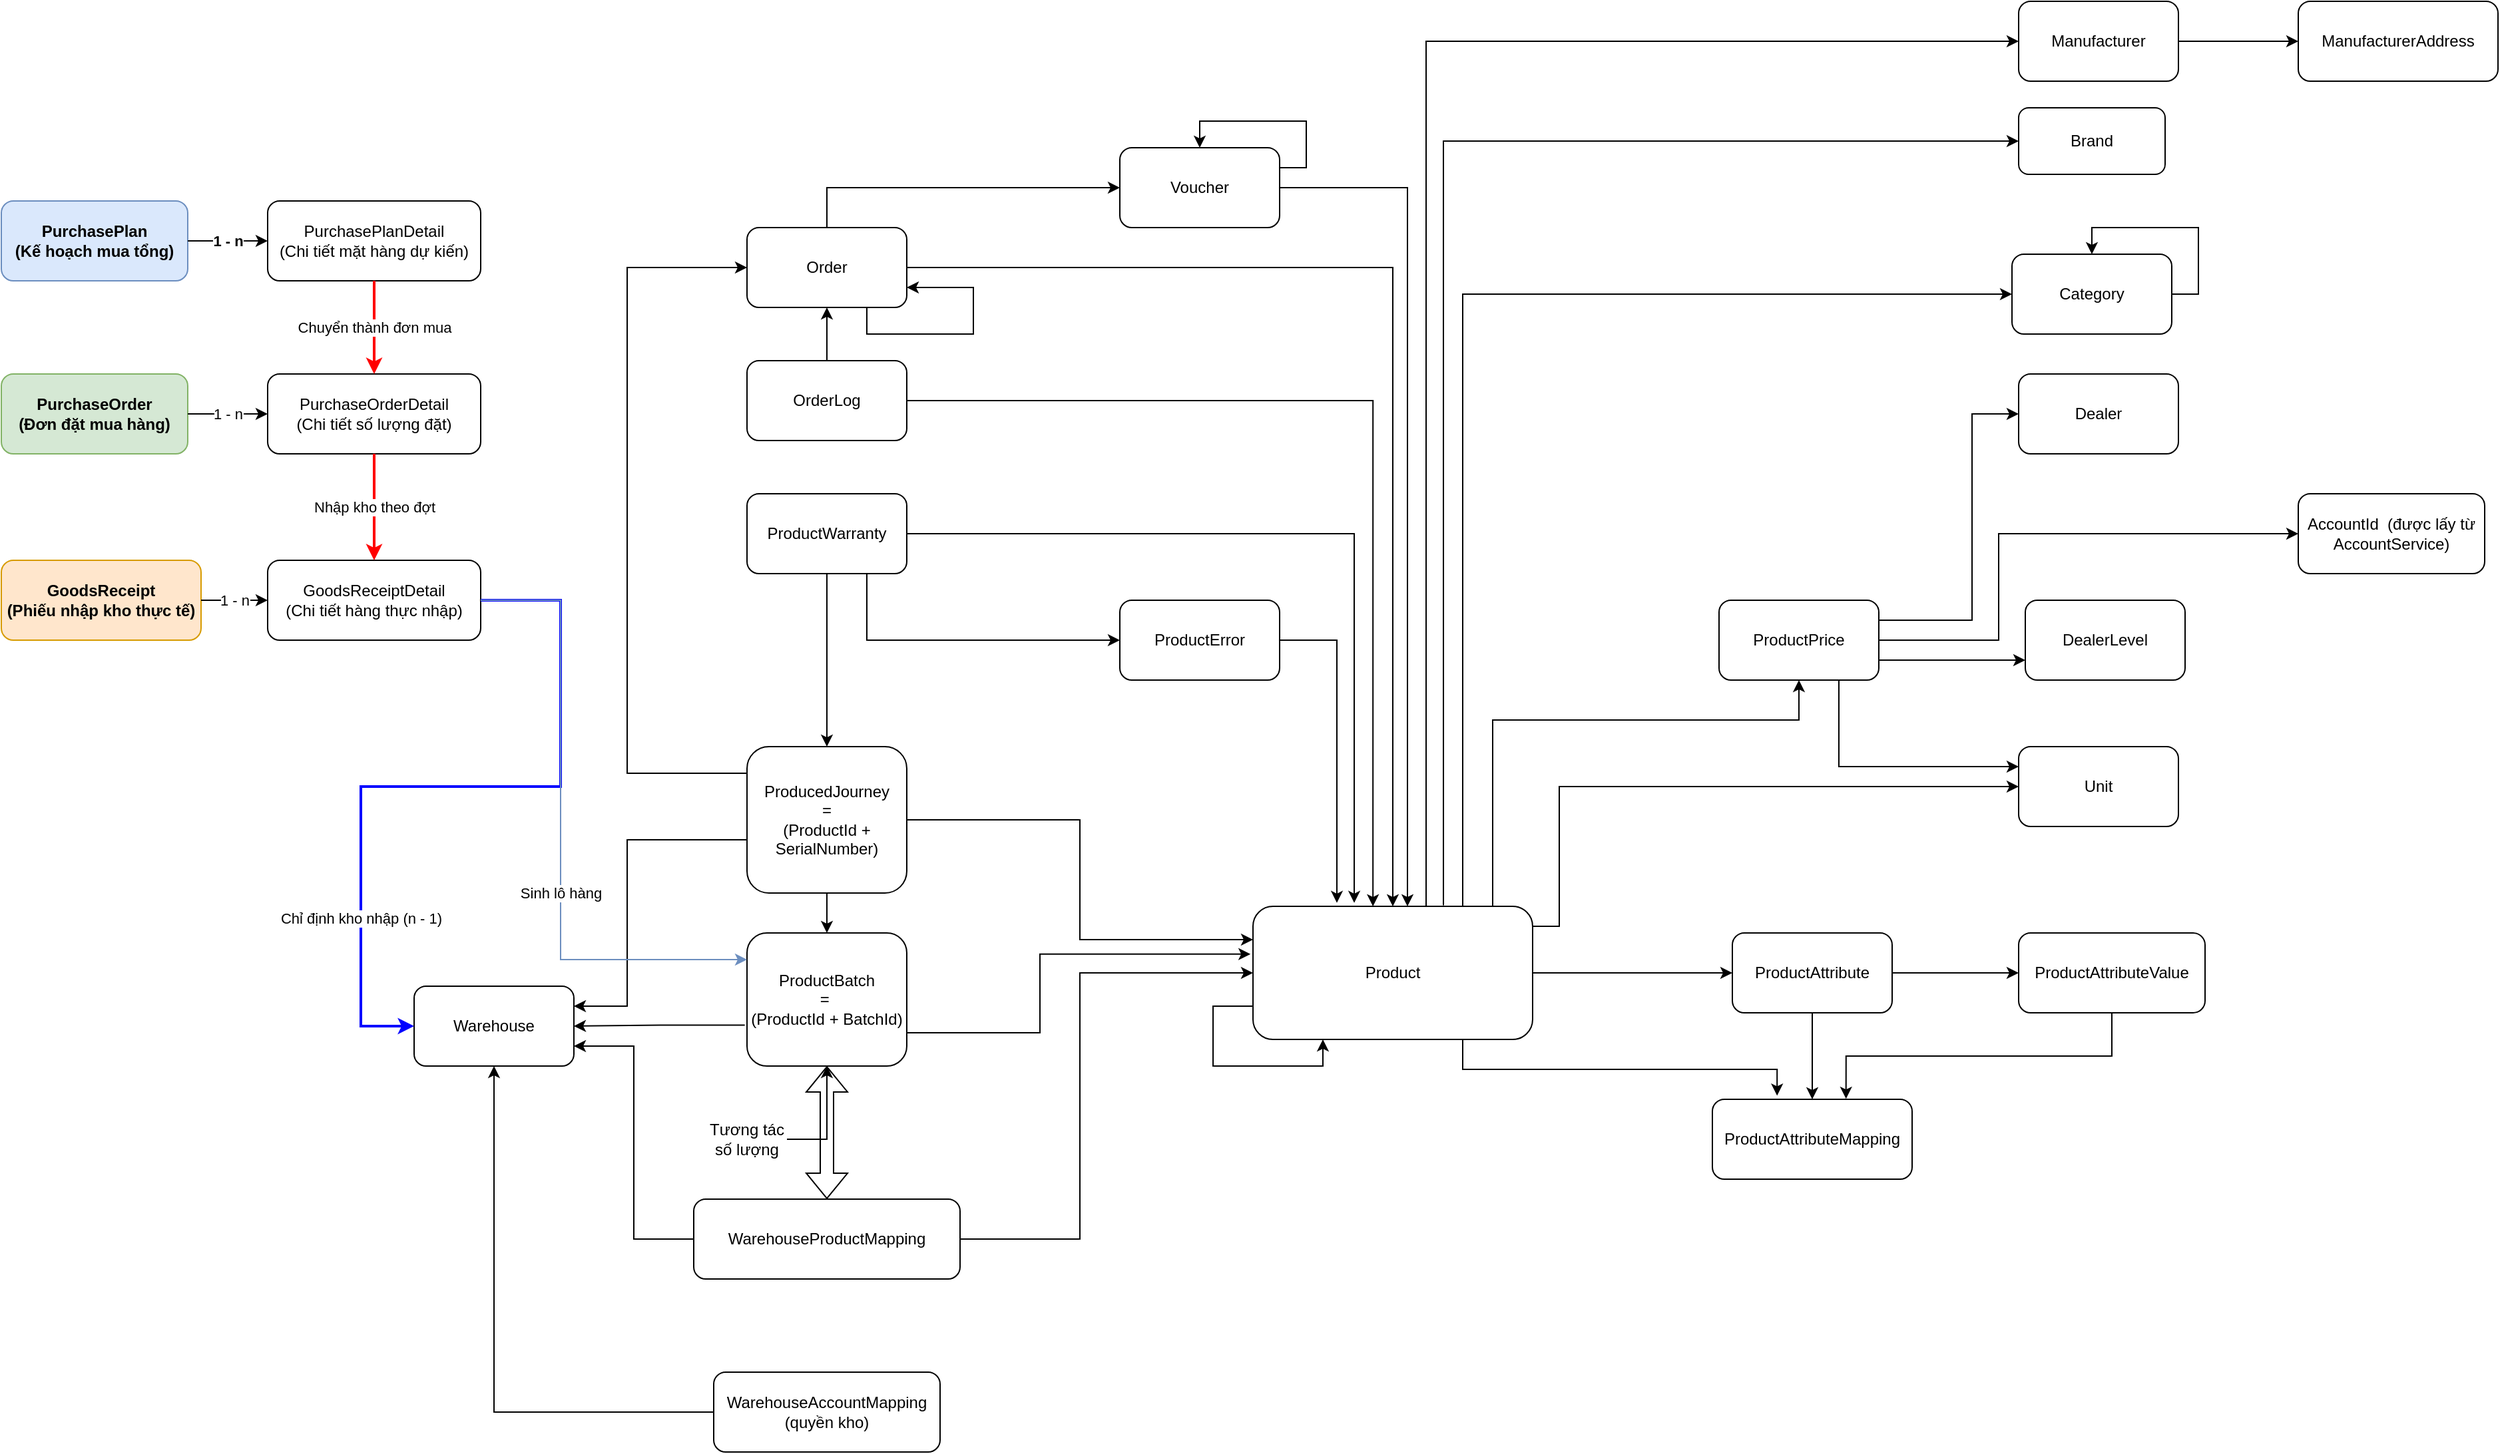
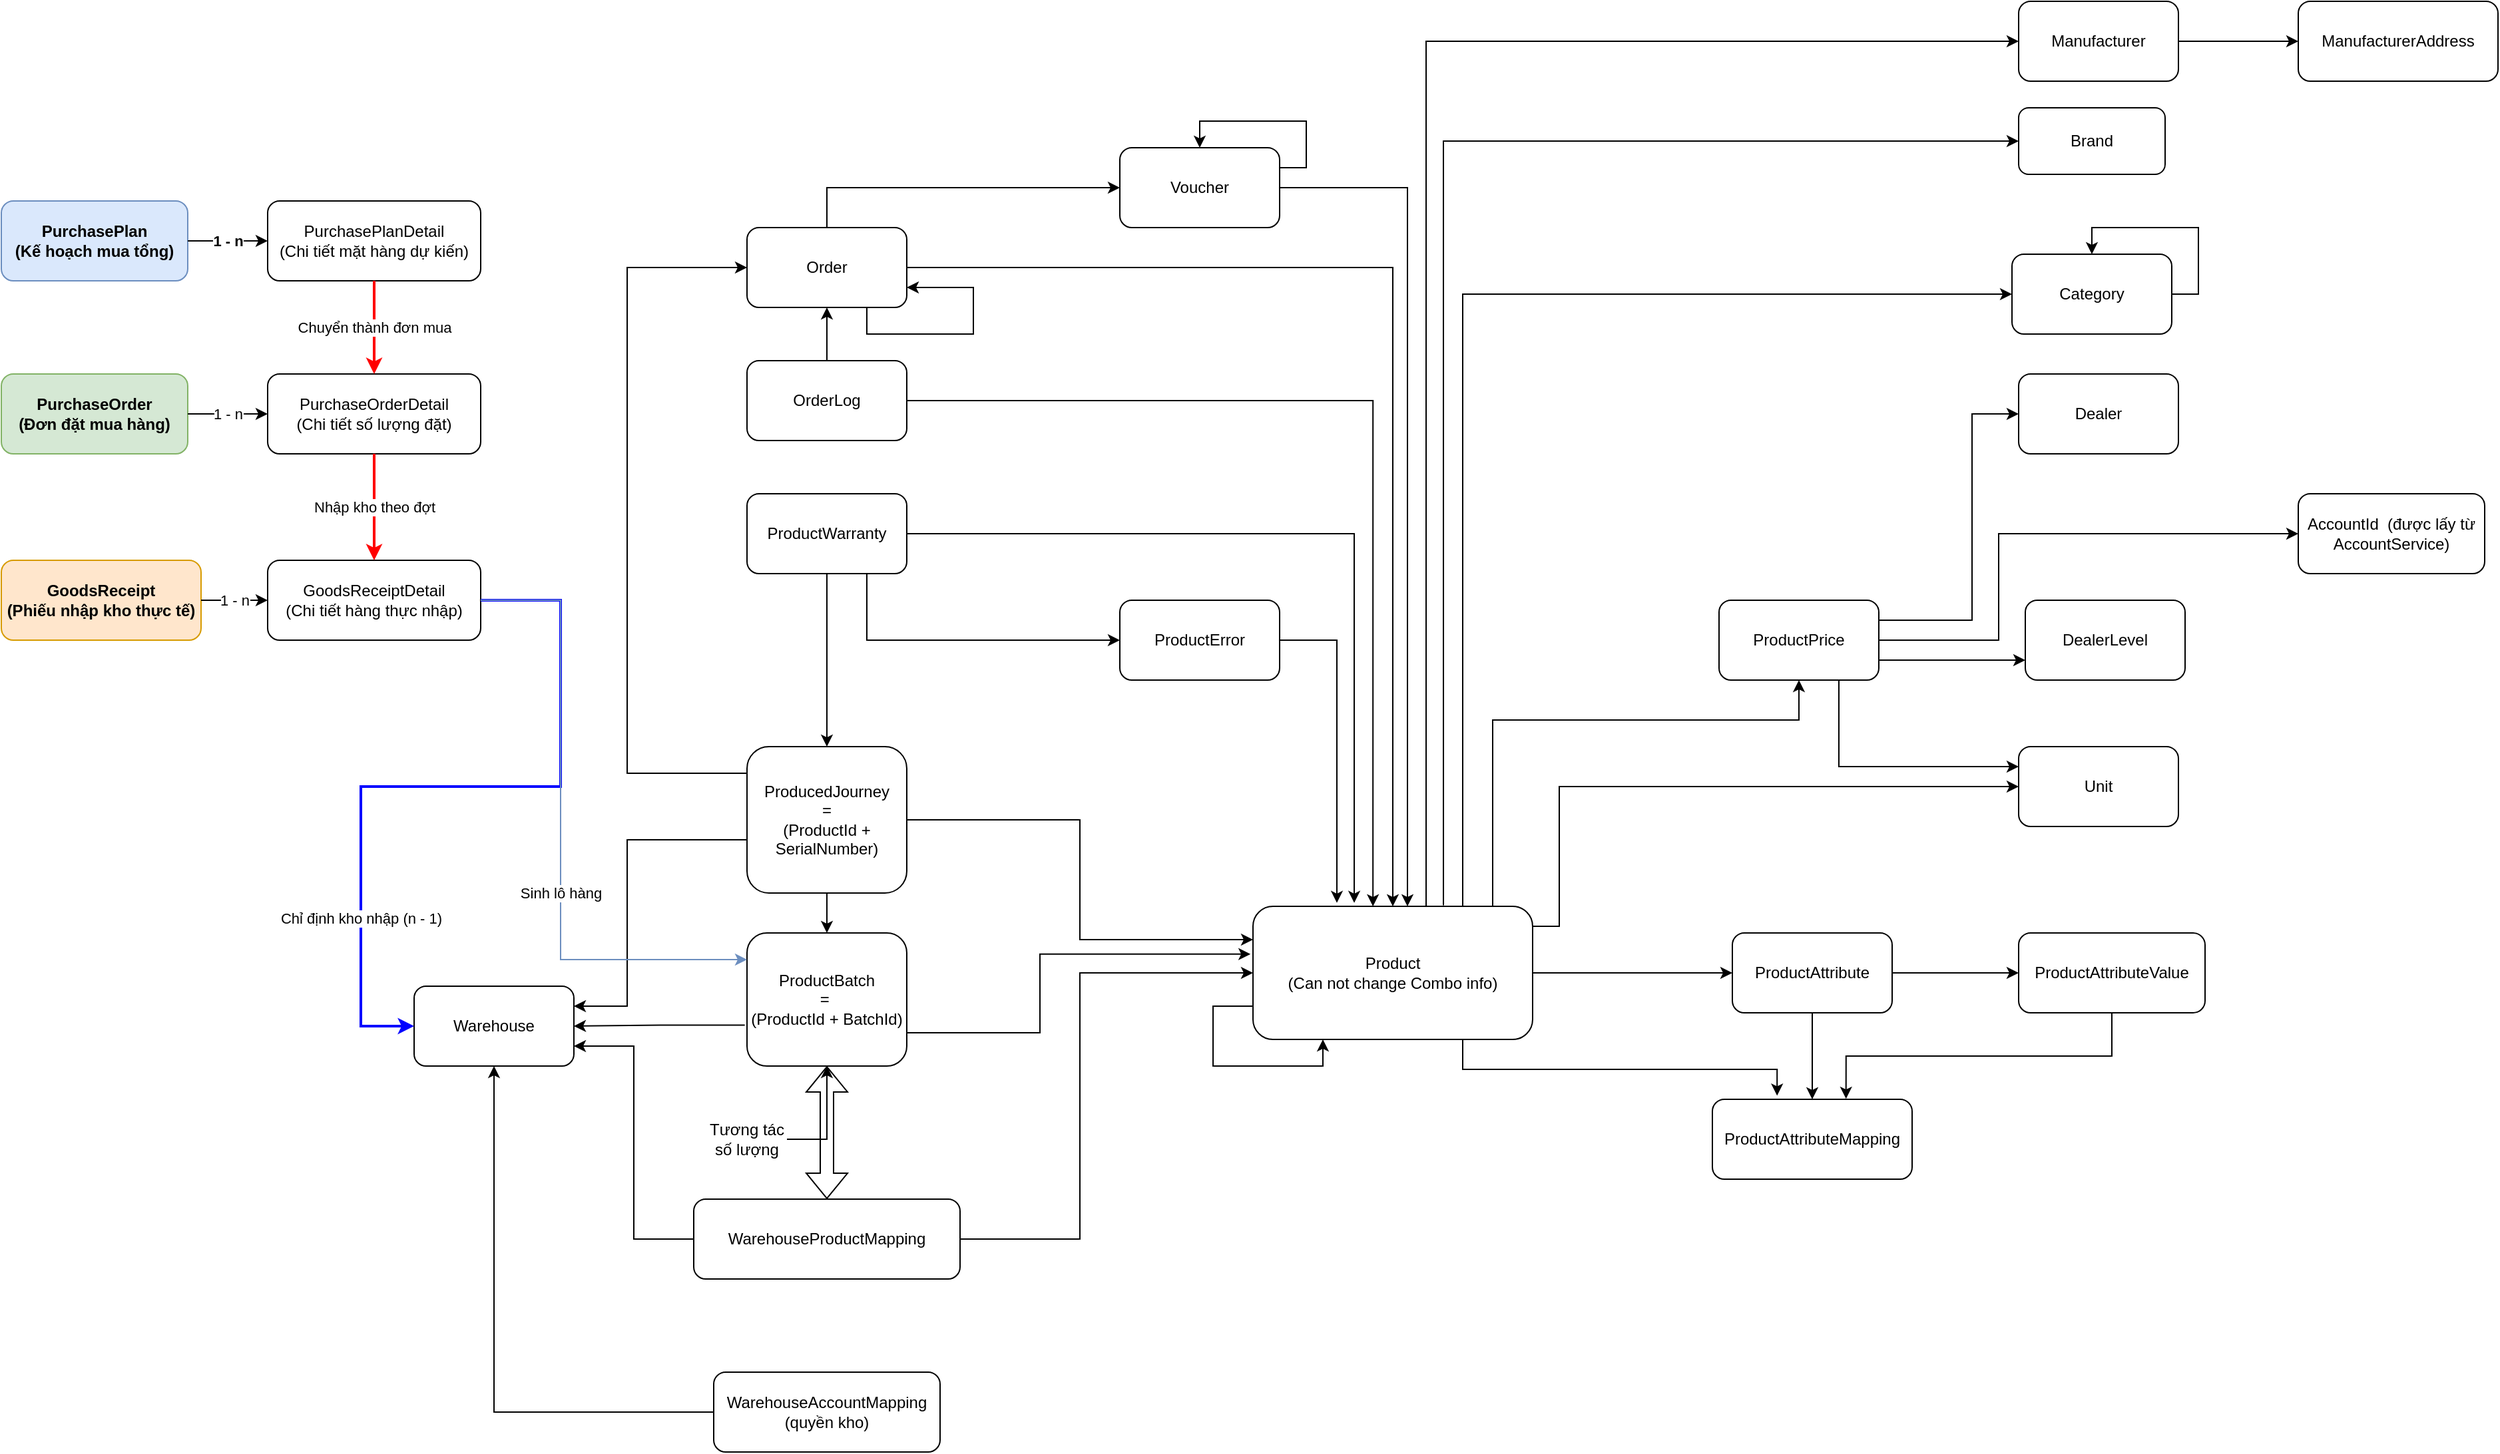
<mxfile host="app.diagrams.net">
  <diagram name="Page-1" id="X3Ej7SneoA_IpZ1JLyMx">
    <mxGraphModel dx="1609" dy="1021" grid="1" gridSize="10" guides="1" tooltips="1" connect="1" arrows="1" fold="1" page="1" pageScale="1" pageWidth="18500" pageHeight="111000" math="0" shadow="0">
      <root>
        <mxCell id="0" />
        <mxCell id="1" parent="0" />
        <mxCell id="bRXCoPtnCOos5vHUt3nM-4" parent="1" style="rounded=1;whiteSpace=wrap;html=1;" value="Brand" vertex="1">
          <mxGeometry height="50" width="110" x="1625" y="160" as="geometry" />
        </mxCell>
        <mxCell id="bRXCoPtnCOos5vHUt3nM-5" parent="1" style="rounded=1;whiteSpace=wrap;html=1;" value="Category" vertex="1">
          <mxGeometry height="60" width="120" x="1620" y="270" as="geometry" />
        </mxCell>
        <mxCell id="bRXCoPtnCOos5vHUt3nM-6" parent="1" style="rounded=1;whiteSpace=wrap;html=1;" value="Dealer" vertex="1">
          <mxGeometry height="60" width="120" x="1625" y="360" as="geometry" />
        </mxCell>
        <mxCell id="bRXCoPtnCOos5vHUt3nM-7" parent="1" style="rounded=1;whiteSpace=wrap;html=1;" value="AccountId&amp;nbsp; (được lấy từ AccountService)" vertex="1">
          <mxGeometry height="60" width="140" x="1835" y="450" as="geometry" />
        </mxCell>
        <mxCell id="bRXCoPtnCOos5vHUt3nM-8" parent="1" style="rounded=1;whiteSpace=wrap;html=1;" value="DealerLevel" vertex="1">
          <mxGeometry height="60" width="120" x="1630" y="530" as="geometry" />
        </mxCell>
        <mxCell id="n3FyrpiHLGzsT291LhVI-31" edge="1" parent="1" source="bRXCoPtnCOos5vHUt3nM-11" style="edgeStyle=orthogonalEdgeStyle;rounded=0;orthogonalLoop=1;jettySize=auto;html=1;exitX=1;exitY=0.5;exitDx=0;exitDy=0;entryX=0;entryY=0.5;entryDx=0;entryDy=0;" target="bRXCoPtnCOos5vHUt3nM-12">
          <mxGeometry relative="1" as="geometry" />
        </mxCell>
        <mxCell id="bRXCoPtnCOos5vHUt3nM-11" parent="1" style="rounded=1;whiteSpace=wrap;html=1;" value="Manufacturer" vertex="1">
          <mxGeometry height="60" width="120" x="1625" y="80" as="geometry" />
        </mxCell>
        <mxCell id="bRXCoPtnCOos5vHUt3nM-12" parent="1" style="rounded=1;whiteSpace=wrap;html=1;" value="ManufacturerAddress" vertex="1">
          <mxGeometry height="60" width="150" x="1835" y="80" as="geometry" />
        </mxCell>
        <mxCell id="n3FyrpiHLGzsT291LhVI-44" edge="1" parent="1" source="bRXCoPtnCOos5vHUt3nM-13" style="edgeStyle=orthogonalEdgeStyle;rounded=0;orthogonalLoop=1;jettySize=auto;html=1;exitX=0.5;exitY=0;exitDx=0;exitDy=0;entryX=0;entryY=0.5;entryDx=0;entryDy=0;" target="n3FyrpiHLGzsT291LhVI-9">
          <mxGeometry relative="1" as="geometry">
            <Array as="points">
              <mxPoint x="730" y="220" />
            </Array>
          </mxGeometry>
        </mxCell>
        <mxCell id="n3FyrpiHLGzsT291LhVI-49" edge="1" parent="1" source="bRXCoPtnCOos5vHUt3nM-13" style="edgeStyle=orthogonalEdgeStyle;rounded=0;orthogonalLoop=1;jettySize=auto;html=1;exitX=1;exitY=0.5;exitDx=0;exitDy=0;entryX=0.5;entryY=0;entryDx=0;entryDy=0;" target="bRXCoPtnCOos5vHUt3nM-16">
          <mxGeometry relative="1" as="geometry">
            <Array as="points">
              <mxPoint x="1155" y="280" />
            </Array>
          </mxGeometry>
        </mxCell>
        <mxCell id="bRXCoPtnCOos5vHUt3nM-13" parent="1" style="rounded=1;whiteSpace=wrap;html=1;" value="Order" vertex="1">
          <mxGeometry height="60" width="120" x="670" y="250" as="geometry" />
        </mxCell>
        <mxCell id="n3FyrpiHLGzsT291LhVI-45" edge="1" parent="1" source="bRXCoPtnCOos5vHUt3nM-14" style="edgeStyle=orthogonalEdgeStyle;rounded=0;orthogonalLoop=1;jettySize=auto;html=1;exitX=0;exitY=0.5;exitDx=0;exitDy=0;" target="bRXCoPtnCOos5vHUt3nM-13">
          <mxGeometry relative="1" as="geometry" />
        </mxCell>
        <mxCell id="bRXCoPtnCOos5vHUt3nM-14" parent="1" style="rounded=1;whiteSpace=wrap;html=1;direction=south;" value="OrderLog" vertex="1">
          <mxGeometry height="60" width="120" x="670" y="350" as="geometry" />
        </mxCell>
        <mxCell id="n3FyrpiHLGzsT291LhVI-33" edge="1" parent="1" source="bRXCoPtnCOos5vHUt3nM-15" style="edgeStyle=orthogonalEdgeStyle;rounded=0;orthogonalLoop=1;jettySize=auto;html=1;exitX=1;exitY=0.5;exitDx=0;exitDy=0;entryX=0;entryY=0.25;entryDx=0;entryDy=0;" target="bRXCoPtnCOos5vHUt3nM-16">
          <mxGeometry relative="1" as="geometry" />
        </mxCell>
        <mxCell id="n3FyrpiHLGzsT291LhVI-35" edge="1" parent="1" source="bRXCoPtnCOos5vHUt3nM-15" style="edgeStyle=orthogonalEdgeStyle;rounded=0;orthogonalLoop=1;jettySize=auto;html=1;exitX=0.5;exitY=1;exitDx=0;exitDy=0;" target="bRXCoPtnCOos5vHUt3nM-20">
          <mxGeometry relative="1" as="geometry" />
        </mxCell>
        <mxCell id="n3FyrpiHLGzsT291LhVI-36" edge="1" parent="1" source="bRXCoPtnCOos5vHUt3nM-15" style="edgeStyle=orthogonalEdgeStyle;rounded=0;orthogonalLoop=1;jettySize=auto;html=1;exitX=0.006;exitY=0.659;exitDx=0;exitDy=0;entryX=1;entryY=0.25;entryDx=0;entryDy=0;exitPerimeter=0;" target="n3FyrpiHLGzsT291LhVI-10">
          <mxGeometry relative="1" as="geometry">
            <Array as="points">
              <mxPoint x="671" y="710" />
              <mxPoint x="580" y="710" />
              <mxPoint x="580" y="835" />
            </Array>
          </mxGeometry>
        </mxCell>
        <mxCell id="n3FyrpiHLGzsT291LhVI-51" edge="1" parent="1" source="bRXCoPtnCOos5vHUt3nM-15" style="edgeStyle=orthogonalEdgeStyle;rounded=0;orthogonalLoop=1;jettySize=auto;html=1;exitX=0;exitY=0.25;exitDx=0;exitDy=0;entryX=0;entryY=0.5;entryDx=0;entryDy=0;" target="bRXCoPtnCOos5vHUt3nM-13">
          <mxGeometry relative="1" as="geometry">
            <Array as="points">
              <mxPoint x="670" y="660" />
              <mxPoint x="580" y="660" />
              <mxPoint x="580" y="280" />
            </Array>
          </mxGeometry>
        </mxCell>
        <mxCell id="bRXCoPtnCOos5vHUt3nM-15" parent="1" style="rounded=1;whiteSpace=wrap;html=1;" value="ProducedJourney&lt;div&gt;&amp;nbsp;=&amp;nbsp;&lt;/div&gt;&lt;div&gt;(ProductId + SerialNumber)&lt;/div&gt;" vertex="1">
          <mxGeometry height="110" width="120" x="670" y="640" as="geometry" />
        </mxCell>
        <mxCell id="n3FyrpiHLGzsT291LhVI-14" edge="1" parent="1" source="bRXCoPtnCOos5vHUt3nM-16" style="edgeStyle=orthogonalEdgeStyle;rounded=0;orthogonalLoop=1;jettySize=auto;html=1;exitX=1;exitY=0.5;exitDx=0;exitDy=0;entryX=0;entryY=0.5;entryDx=0;entryDy=0;" target="bRXCoPtnCOos5vHUt3nM-17">
          <mxGeometry relative="1" as="geometry" />
        </mxCell>
        <mxCell id="n3FyrpiHLGzsT291LhVI-16" edge="1" parent="1" source="bRXCoPtnCOos5vHUt3nM-16" style="edgeStyle=orthogonalEdgeStyle;rounded=0;orthogonalLoop=1;jettySize=auto;html=1;exitX=0.75;exitY=1;exitDx=0;exitDy=0;entryX=0.324;entryY=-0.046;entryDx=0;entryDy=0;entryPerimeter=0;" target="bRXCoPtnCOos5vHUt3nM-18">
          <mxGeometry relative="1" as="geometry" />
        </mxCell>
        <mxCell id="n3FyrpiHLGzsT291LhVI-19" edge="1" parent="1" source="bRXCoPtnCOos5vHUt3nM-16" style="edgeStyle=orthogonalEdgeStyle;rounded=0;orthogonalLoop=1;jettySize=auto;html=1;exitX=0.75;exitY=0;exitDx=0;exitDy=0;entryX=0.5;entryY=1;entryDx=0;entryDy=0;" target="n3FyrpiHLGzsT291LhVI-1">
          <mxGeometry relative="1" as="geometry">
            <Array as="points">
              <mxPoint x="1230" y="620" />
              <mxPoint x="1460" y="620" />
            </Array>
          </mxGeometry>
        </mxCell>
        <mxCell id="n3FyrpiHLGzsT291LhVI-25" edge="1" parent="1" source="bRXCoPtnCOos5vHUt3nM-16" style="edgeStyle=orthogonalEdgeStyle;rounded=0;orthogonalLoop=1;jettySize=auto;html=1;exitX=0.75;exitY=0;exitDx=0;exitDy=0;entryX=0;entryY=0.5;entryDx=0;entryDy=0;" target="bRXCoPtnCOos5vHUt3nM-5">
          <mxGeometry relative="1" as="geometry" />
        </mxCell>
        <mxCell id="n3FyrpiHLGzsT291LhVI-27" edge="1" parent="1" source="bRXCoPtnCOos5vHUt3nM-16" style="edgeStyle=orthogonalEdgeStyle;rounded=0;orthogonalLoop=1;jettySize=auto;html=1;exitX=0.681;exitY=-0.007;exitDx=0;exitDy=0;entryX=0;entryY=0.5;entryDx=0;entryDy=0;exitPerimeter=0;" target="bRXCoPtnCOos5vHUt3nM-4">
          <mxGeometry relative="1" as="geometry" />
        </mxCell>
        <mxCell id="n3FyrpiHLGzsT291LhVI-28" edge="1" parent="1" source="bRXCoPtnCOos5vHUt3nM-16" style="edgeStyle=orthogonalEdgeStyle;rounded=0;orthogonalLoop=1;jettySize=auto;html=1;exitX=1;exitY=0.25;exitDx=0;exitDy=0;entryX=0;entryY=0.5;entryDx=0;entryDy=0;" target="n3FyrpiHLGzsT291LhVI-8">
          <mxGeometry relative="1" as="geometry">
            <Array as="points">
              <mxPoint x="1280" y="775" />
              <mxPoint x="1280" y="670" />
            </Array>
          </mxGeometry>
        </mxCell>
        <mxCell id="n3FyrpiHLGzsT291LhVI-47" edge="1" parent="1" source="bRXCoPtnCOos5vHUt3nM-16" style="edgeStyle=orthogonalEdgeStyle;rounded=0;orthogonalLoop=1;jettySize=auto;html=1;exitX=0.636;exitY=0.013;exitDx=0;exitDy=0;entryX=0;entryY=0.5;entryDx=0;entryDy=0;exitPerimeter=0;" target="bRXCoPtnCOos5vHUt3nM-11">
          <mxGeometry relative="1" as="geometry">
            <Array as="points">
              <mxPoint x="1180" y="761" />
              <mxPoint x="1180" y="110" />
            </Array>
          </mxGeometry>
        </mxCell>
-         <mxCell id="bRXCoPtnCOos5vHUt3nM-16" parent="1" style="rounded=1;whiteSpace=wrap;html=1;" value="Product" vertex="1">
+         <mxCell id="bRXCoPtnCOos5vHUt3nM-16" parent="1" style="rounded=1;whiteSpace=wrap;html=1;" value="Product&lt;div&gt;(Can not change Combo info)&lt;/div&gt;" vertex="1">
          <mxGeometry height="100" width="210" x="1050" y="760" as="geometry" />
        </mxCell>
        <mxCell id="n3FyrpiHLGzsT291LhVI-15" edge="1" parent="1" source="bRXCoPtnCOos5vHUt3nM-17" style="edgeStyle=orthogonalEdgeStyle;rounded=0;orthogonalLoop=1;jettySize=auto;html=1;exitX=1;exitY=0.5;exitDx=0;exitDy=0;entryX=0;entryY=0.5;entryDx=0;entryDy=0;" target="bRXCoPtnCOos5vHUt3nM-19">
          <mxGeometry relative="1" as="geometry" />
        </mxCell>
        <mxCell id="n3FyrpiHLGzsT291LhVI-17" edge="1" parent="1" source="bRXCoPtnCOos5vHUt3nM-17" style="edgeStyle=orthogonalEdgeStyle;rounded=0;orthogonalLoop=1;jettySize=auto;html=1;exitX=0.5;exitY=1;exitDx=0;exitDy=0;entryX=0.5;entryY=0;entryDx=0;entryDy=0;" target="bRXCoPtnCOos5vHUt3nM-18">
          <mxGeometry relative="1" as="geometry" />
        </mxCell>
        <mxCell id="bRXCoPtnCOos5vHUt3nM-17" parent="1" style="rounded=1;whiteSpace=wrap;html=1;" value="ProductAttribute" vertex="1">
          <mxGeometry height="60" width="120" x="1410" y="780" as="geometry" />
        </mxCell>
        <mxCell id="bRXCoPtnCOos5vHUt3nM-18" parent="1" style="rounded=1;whiteSpace=wrap;html=1;" value="ProductAttributeMapping" vertex="1">
          <mxGeometry height="60" width="150" x="1395" y="905" as="geometry" />
        </mxCell>
        <mxCell id="bRXCoPtnCOos5vHUt3nM-19" parent="1" style="rounded=1;whiteSpace=wrap;html=1;" value="ProductAttributeValue" vertex="1">
          <mxGeometry height="60" width="140" x="1625" y="780" as="geometry" />
        </mxCell>
        <mxCell id="n3FyrpiHLGzsT291LhVI-37" edge="1" parent="1" source="bRXCoPtnCOos5vHUt3nM-20" style="edgeStyle=orthogonalEdgeStyle;rounded=0;orthogonalLoop=1;jettySize=auto;html=1;exitX=-0.014;exitY=0.692;exitDx=0;exitDy=0;entryX=1;entryY=0.5;entryDx=0;entryDy=0;exitPerimeter=0;" target="n3FyrpiHLGzsT291LhVI-10">
          <mxGeometry relative="1" as="geometry" />
        </mxCell>
        <mxCell id="bRXCoPtnCOos5vHUt3nM-20" parent="1" style="rounded=1;whiteSpace=wrap;html=1;" value="ProductBatch&lt;div&gt;=&amp;nbsp;&lt;/div&gt;&lt;div&gt;(ProductId + BatchId)&lt;/div&gt;" vertex="1">
          <mxGeometry height="100" width="120" x="670" y="780" as="geometry" />
        </mxCell>
        <mxCell id="bRXCoPtnCOos5vHUt3nM-21" parent="1" style="rounded=1;whiteSpace=wrap;html=1;" value="ProductError" vertex="1">
          <mxGeometry height="60" width="120" x="950" y="530" as="geometry" />
        </mxCell>
        <mxCell id="n3FyrpiHLGzsT291LhVI-21" edge="1" parent="1" source="n3FyrpiHLGzsT291LhVI-1" style="edgeStyle=orthogonalEdgeStyle;rounded=0;orthogonalLoop=1;jettySize=auto;html=1;exitX=1;exitY=0.75;exitDx=0;exitDy=0;entryX=0;entryY=0.75;entryDx=0;entryDy=0;" target="bRXCoPtnCOos5vHUt3nM-8">
          <mxGeometry relative="1" as="geometry" />
        </mxCell>
        <mxCell id="n3FyrpiHLGzsT291LhVI-22" edge="1" parent="1" source="n3FyrpiHLGzsT291LhVI-1" style="edgeStyle=orthogonalEdgeStyle;rounded=0;orthogonalLoop=1;jettySize=auto;html=1;exitX=1;exitY=0.5;exitDx=0;exitDy=0;entryX=0;entryY=0.5;entryDx=0;entryDy=0;" target="bRXCoPtnCOos5vHUt3nM-7">
          <mxGeometry relative="1" as="geometry">
            <Array as="points">
              <mxPoint x="1610" y="560" />
              <mxPoint x="1610" y="480" />
            </Array>
          </mxGeometry>
        </mxCell>
        <mxCell id="n3FyrpiHLGzsT291LhVI-23" edge="1" parent="1" source="n3FyrpiHLGzsT291LhVI-1" style="edgeStyle=orthogonalEdgeStyle;rounded=0;orthogonalLoop=1;jettySize=auto;html=1;exitX=1;exitY=0.25;exitDx=0;exitDy=0;entryX=0;entryY=0.5;entryDx=0;entryDy=0;" target="bRXCoPtnCOos5vHUt3nM-6">
          <mxGeometry relative="1" as="geometry">
            <Array as="points">
              <mxPoint x="1590" y="545" />
              <mxPoint x="1590" y="390" />
            </Array>
          </mxGeometry>
        </mxCell>
        <mxCell id="n3FyrpiHLGzsT291LhVI-56" edge="1" parent="1" source="n3FyrpiHLGzsT291LhVI-1" style="edgeStyle=orthogonalEdgeStyle;rounded=0;orthogonalLoop=1;jettySize=auto;html=1;exitX=0.75;exitY=1;exitDx=0;exitDy=0;entryX=0;entryY=0.25;entryDx=0;entryDy=0;" target="n3FyrpiHLGzsT291LhVI-8">
          <mxGeometry relative="1" as="geometry" />
        </mxCell>
        <mxCell id="n3FyrpiHLGzsT291LhVI-1" parent="1" style="rounded=1;whiteSpace=wrap;html=1;" value="ProductPrice" vertex="1">
          <mxGeometry height="60" width="120" x="1400" y="530" as="geometry" />
        </mxCell>
        <mxCell id="n3FyrpiHLGzsT291LhVI-52" edge="1" parent="1" source="n3FyrpiHLGzsT291LhVI-2" style="edgeStyle=orthogonalEdgeStyle;rounded=0;orthogonalLoop=1;jettySize=auto;html=1;exitX=0.5;exitY=1;exitDx=0;exitDy=0;entryX=0.5;entryY=0;entryDx=0;entryDy=0;" target="bRXCoPtnCOos5vHUt3nM-15">
          <mxGeometry relative="1" as="geometry" />
        </mxCell>
        <mxCell id="n3FyrpiHLGzsT291LhVI-58" edge="1" parent="1" source="n3FyrpiHLGzsT291LhVI-2" style="edgeStyle=orthogonalEdgeStyle;rounded=0;orthogonalLoop=1;jettySize=auto;html=1;exitX=0.75;exitY=1;exitDx=0;exitDy=0;entryX=0;entryY=0.5;entryDx=0;entryDy=0;" target="bRXCoPtnCOos5vHUt3nM-21">
          <mxGeometry relative="1" as="geometry" />
        </mxCell>
        <mxCell id="n3FyrpiHLGzsT291LhVI-2" parent="1" style="rounded=1;whiteSpace=wrap;html=1;" value="ProductWarranty" vertex="1">
          <mxGeometry height="60" width="120" x="670" y="450" as="geometry" />
        </mxCell>
        <mxCell id="n3FyrpiHLGzsT291LhVI-8" parent="1" style="rounded=1;whiteSpace=wrap;html=1;" value="Unit" vertex="1">
          <mxGeometry height="60" width="120" x="1625" y="640" as="geometry" />
        </mxCell>
        <mxCell id="n3FyrpiHLGzsT291LhVI-43" edge="1" parent="1" source="n3FyrpiHLGzsT291LhVI-9" style="edgeStyle=orthogonalEdgeStyle;rounded=0;orthogonalLoop=1;jettySize=auto;html=1;exitX=1;exitY=0.5;exitDx=0;exitDy=0;">
          <mxGeometry relative="1" as="geometry">
            <Array as="points">
              <mxPoint x="1166" y="220" />
            </Array>
            <mxPoint x="1166" y="760" as="targetPoint" />
          </mxGeometry>
        </mxCell>
        <mxCell id="AxulSBX_V0fGFe2LzLWX-1" edge="1" parent="1" source="n3FyrpiHLGzsT291LhVI-9" style="edgeStyle=orthogonalEdgeStyle;rounded=0;orthogonalLoop=1;jettySize=auto;html=1;exitX=1;exitY=0.25;exitDx=0;exitDy=0;innerLoopWaypoints=1;entryX=0.5;entryY=0;entryDx=0;entryDy=0;" target="n3FyrpiHLGzsT291LhVI-9">
          <mxGeometry relative="1" as="geometry">
            <Array as="points">
              <mxPoint x="1090" y="205" />
              <mxPoint x="1090" y="170" />
              <mxPoint x="1010" y="170" />
            </Array>
            <mxPoint x="1030" y="180" as="targetPoint" />
          </mxGeometry>
        </mxCell>
        <mxCell id="n3FyrpiHLGzsT291LhVI-9" parent="1" style="rounded=1;whiteSpace=wrap;html=1;" value="Voucher" vertex="1">
          <mxGeometry height="60" width="120" x="950" y="190" as="geometry" />
        </mxCell>
        <mxCell id="n3FyrpiHLGzsT291LhVI-10" parent="1" style="rounded=1;whiteSpace=wrap;html=1;" value="Warehouse" vertex="1">
          <mxGeometry height="60" width="120" x="420" y="820" as="geometry" />
        </mxCell>
        <mxCell id="n3FyrpiHLGzsT291LhVI-53" edge="1" parent="1" source="n3FyrpiHLGzsT291LhVI-11" style="edgeStyle=orthogonalEdgeStyle;rounded=0;orthogonalLoop=1;jettySize=auto;html=1;exitX=0;exitY=0.5;exitDx=0;exitDy=0;entryX=0.5;entryY=1;entryDx=0;entryDy=0;" target="n3FyrpiHLGzsT291LhVI-10">
          <mxGeometry relative="1" as="geometry" />
        </mxCell>
        <mxCell id="n3FyrpiHLGzsT291LhVI-11" parent="1" style="rounded=1;whiteSpace=wrap;html=1;" value="WarehouseAccountMapping&lt;div&gt;(quyền kho)&lt;/div&gt;" vertex="1">
          <mxGeometry height="60" width="170" x="645" y="1110" as="geometry" />
        </mxCell>
        <mxCell id="n3FyrpiHLGzsT291LhVI-41" edge="1" parent="1" source="n3FyrpiHLGzsT291LhVI-12" style="edgeStyle=orthogonalEdgeStyle;rounded=0;orthogonalLoop=1;jettySize=auto;html=1;exitX=0;exitY=0.5;exitDx=0;exitDy=0;entryX=1;entryY=0.75;entryDx=0;entryDy=0;" target="n3FyrpiHLGzsT291LhVI-10">
          <mxGeometry relative="1" as="geometry" />
        </mxCell>
        <mxCell id="AxulSBX_V0fGFe2LzLWX-5" edge="1" parent="1" source="n3FyrpiHLGzsT291LhVI-12" style="edgeStyle=orthogonalEdgeStyle;rounded=0;orthogonalLoop=1;jettySize=auto;html=1;exitX=1;exitY=0.5;exitDx=0;exitDy=0;entryX=0;entryY=0.5;entryDx=0;entryDy=0;" target="bRXCoPtnCOos5vHUt3nM-16">
          <mxGeometry relative="1" as="geometry">
            <Array as="points">
              <mxPoint x="920" y="1010" />
              <mxPoint x="920" y="810" />
            </Array>
          </mxGeometry>
        </mxCell>
        <mxCell id="n3FyrpiHLGzsT291LhVI-12" parent="1" style="rounded=1;whiteSpace=wrap;html=1;" value="WarehouseProductMapping" vertex="1">
          <mxGeometry height="60" width="200" x="630" y="980" as="geometry" />
        </mxCell>
        <mxCell id="n3FyrpiHLGzsT291LhVI-18" edge="1" parent="1" source="bRXCoPtnCOos5vHUt3nM-19" style="edgeStyle=orthogonalEdgeStyle;rounded=0;orthogonalLoop=1;jettySize=auto;html=1;exitX=0.5;exitY=1;exitDx=0;exitDy=0;entryX=0.669;entryY=-0.007;entryDx=0;entryDy=0;entryPerimeter=0;" target="bRXCoPtnCOos5vHUt3nM-18">
          <mxGeometry relative="1" as="geometry" />
        </mxCell>
        <mxCell id="n3FyrpiHLGzsT291LhVI-24" edge="1" parent="1" source="bRXCoPtnCOos5vHUt3nM-5" style="edgeStyle=orthogonalEdgeStyle;rounded=0;orthogonalLoop=1;jettySize=auto;html=1;exitX=1;exitY=0.5;exitDx=0;exitDy=0;entryX=0.5;entryY=0;entryDx=0;entryDy=0;innerLoopWaypoints=1;" target="bRXCoPtnCOos5vHUt3nM-5">
          <mxGeometry relative="1" as="geometry">
            <Array as="points">
              <mxPoint x="1760" y="300" />
              <mxPoint x="1760" y="250" />
              <mxPoint x="1680" y="250" />
            </Array>
          </mxGeometry>
        </mxCell>
        <mxCell id="n3FyrpiHLGzsT291LhVI-38" edge="1" parent="1" source="n3FyrpiHLGzsT291LhVI-12" style="shape=flexArrow;endArrow=classic;startArrow=classic;html=1;rounded=0;entryX=0.5;entryY=1;entryDx=0;entryDy=0;exitX=0.5;exitY=0;exitDx=0;exitDy=0;" target="bRXCoPtnCOos5vHUt3nM-20" value="">
          <mxGeometry height="100" relative="1" width="100" as="geometry">
            <mxPoint x="650" y="980" as="sourcePoint" />
            <mxPoint x="750" y="880" as="targetPoint" />
          </mxGeometry>
        </mxCell>
        <mxCell id="n3FyrpiHLGzsT291LhVI-40" edge="1" parent="1" source="n3FyrpiHLGzsT291LhVI-39" style="edgeStyle=orthogonalEdgeStyle;rounded=0;orthogonalLoop=1;jettySize=auto;html=1;exitX=1;exitY=0.5;exitDx=0;exitDy=0;entryX=0.5;entryY=1;entryDx=0;entryDy=0;" target="bRXCoPtnCOos5vHUt3nM-20">
          <mxGeometry relative="1" as="geometry" />
        </mxCell>
        <mxCell id="n3FyrpiHLGzsT291LhVI-39" parent="1" style="text;html=1;whiteSpace=wrap;strokeColor=none;fillColor=none;align=center;verticalAlign=middle;rounded=0;" value="Tương tác số lượng" vertex="1">
          <mxGeometry height="30" width="60" x="640" y="920" as="geometry" />
        </mxCell>
        <mxCell id="n3FyrpiHLGzsT291LhVI-46" edge="1" parent="1" source="n3FyrpiHLGzsT291LhVI-2" style="edgeStyle=orthogonalEdgeStyle;rounded=0;orthogonalLoop=1;jettySize=auto;html=1;exitX=1;exitY=0.5;exitDx=0;exitDy=0;entryX=0.362;entryY=-0.026;entryDx=0;entryDy=0;entryPerimeter=0;" target="bRXCoPtnCOos5vHUt3nM-16">
          <mxGeometry relative="1" as="geometry" />
        </mxCell>
        <mxCell id="n3FyrpiHLGzsT291LhVI-50" edge="1" parent="1" source="bRXCoPtnCOos5vHUt3nM-14" style="edgeStyle=orthogonalEdgeStyle;rounded=0;orthogonalLoop=1;jettySize=auto;html=1;exitX=0.5;exitY=0;exitDx=0;exitDy=0;entryX=0.429;entryY=0;entryDx=0;entryDy=0;entryPerimeter=0;" target="bRXCoPtnCOos5vHUt3nM-16">
          <mxGeometry relative="1" as="geometry" />
        </mxCell>
        <mxCell id="n3FyrpiHLGzsT291LhVI-57" edge="1" parent="1" source="bRXCoPtnCOos5vHUt3nM-21" style="edgeStyle=orthogonalEdgeStyle;rounded=0;orthogonalLoop=1;jettySize=auto;html=1;exitX=1;exitY=0.5;exitDx=0;exitDy=0;entryX=0.3;entryY=-0.026;entryDx=0;entryDy=0;entryPerimeter=0;" target="bRXCoPtnCOos5vHUt3nM-16">
          <mxGeometry relative="1" as="geometry" />
        </mxCell>
        <mxCell id="PWnPaHJ6BF9YL0BDL13Q-1" parent="1" style="rounded=1;whiteSpace=wrap;html=1;fillColor=#dae8fc;strokeColor=#6c8ebf;fontStyle=1;" value="PurchasePlan&#xa;(Kế hoạch mua tổng)" vertex="1">
          <mxGeometry height="60" width="140" x="110" y="230" as="geometry" />
        </mxCell>
        <mxCell id="PWnPaHJ6BF9YL0BDL13Q-2" parent="1" style="rounded=1;whiteSpace=wrap;html=1;" value="PurchasePlanDetail&#xa;(Chi tiết mặt hàng dự kiến)" vertex="1">
          <mxGeometry height="60" width="160" x="310" y="230" as="geometry" />
        </mxCell>
        <mxCell id="PWnPaHJ6BF9YL0BDL13Q-3" edge="1" parent="1" source="PWnPaHJ6BF9YL0BDL13Q-1" style="edgeStyle=orthogonalEdgeStyle;rounded=0;html=1;fontStyle=1;" target="PWnPaHJ6BF9YL0BDL13Q-2" value="1 - n">
          <mxGeometry relative="1" as="geometry" />
        </mxCell>
        <mxCell id="PWnPaHJ6BF9YL0BDL13Q-4" parent="1" style="rounded=1;whiteSpace=wrap;html=1;fillColor=#d5e8d4;strokeColor=#82b366;fontStyle=1;" value="PurchaseOrder&#xa;(Đơn đặt mua hàng)" vertex="1">
          <mxGeometry height="60" width="140" x="110" y="360" as="geometry" />
        </mxCell>
        <mxCell id="PWnPaHJ6BF9YL0BDL13Q-5" parent="1" style="rounded=1;whiteSpace=wrap;html=1;" value="PurchaseOrderDetail&#xa;(Chi tiết số lượng đặt)" vertex="1">
          <mxGeometry height="60" width="160" x="310" y="360" as="geometry" />
        </mxCell>
        <mxCell id="PWnPaHJ6BF9YL0BDL13Q-6" edge="1" parent="1" source="PWnPaHJ6BF9YL0BDL13Q-4" style="edgeStyle=orthogonalEdgeStyle;rounded=0;html=1;" target="PWnPaHJ6BF9YL0BDL13Q-5" value="1 - n">
          <mxGeometry relative="1" as="geometry" />
        </mxCell>
        <mxCell id="PWnPaHJ6BF9YL0BDL13Q-7" edge="1" parent="1" source="PWnPaHJ6BF9YL0BDL13Q-2" style="edgeStyle=orthogonalEdgeStyle;rounded=0;html=1;strokeWidth=2;strokeColor=#ff0000;" target="PWnPaHJ6BF9YL0BDL13Q-5" value="Chuyển thành đơn mua">
          <mxGeometry relative="1" as="geometry">
            <mxPoint x="390" y="320" as="targetPoint" />
          </mxGeometry>
        </mxCell>
        <mxCell id="PWnPaHJ6BF9YL0BDL13Q-8" parent="1" style="rounded=1;whiteSpace=wrap;html=1;fillColor=#ffe6cc;strokeColor=#d79b00;fontStyle=1;" value="GoodsReceipt&#xa;(Phiếu nhập kho thực tế)" vertex="1">
          <mxGeometry height="60" width="150" x="110" y="500" as="geometry" />
        </mxCell>
        <mxCell id="PWnPaHJ6BF9YL0BDL13Q-9" parent="1" style="rounded=1;whiteSpace=wrap;html=1;" value="GoodsReceiptDetail&#xa;(Chi tiết hàng thực nhập)" vertex="1">
          <mxGeometry height="60" width="160" x="310" y="500" as="geometry" />
        </mxCell>
        <mxCell id="PWnPaHJ6BF9YL0BDL13Q-10" edge="1" parent="1" source="PWnPaHJ6BF9YL0BDL13Q-8" style="edgeStyle=orthogonalEdgeStyle;rounded=0;html=1;" target="PWnPaHJ6BF9YL0BDL13Q-9" value="1 - n">
          <mxGeometry relative="1" as="geometry" />
        </mxCell>
        <mxCell id="PWnPaHJ6BF9YL0BDL13Q-11" edge="1" parent="1" source="PWnPaHJ6BF9YL0BDL13Q-5" style="edgeStyle=orthogonalEdgeStyle;rounded=0;html=1;strokeWidth=2;strokeColor=#ff0000;" target="PWnPaHJ6BF9YL0BDL13Q-9" value="Nhập kho theo đợt">
          <mxGeometry relative="1" as="geometry" />
        </mxCell>
        <mxCell id="PWnPaHJ6BF9YL0BDL13Q-13" edge="1" parent="1" source="PWnPaHJ6BF9YL0BDL13Q-9" style="edgeStyle=orthogonalEdgeStyle;rounded=0;html=1;strokeWidth=2;strokeColor=#0000ff;entryX=0;entryY=0.5;entryDx=0;entryDy=0;exitX=1;exitY=0.5;exitDx=0;exitDy=0;" target="n3FyrpiHLGzsT291LhVI-10" value="Chỉ định kho nhập (n - 1)">
          <mxGeometry relative="1" x="0.5745" as="geometry">
            <mxPoint as="offset" />
            <Array as="points">
              <mxPoint x="530" y="530" />
              <mxPoint x="530" y="670" />
              <mxPoint x="380" y="670" />
              <mxPoint x="380" y="850" />
            </Array>
          </mxGeometry>
        </mxCell>
        <mxCell id="PWnPaHJ6BF9YL0BDL13Q-15" edge="1" parent="1" source="PWnPaHJ6BF9YL0BDL13Q-9" style="edgeStyle=orthogonalEdgeStyle;rounded=0;html=1;strokeWidth=1;strokeColor=#6c8ebf;fillColor=#dae8fc;" value="Sinh lô hàng">
          <mxGeometry relative="1" x="0.1915" as="geometry">
            <mxPoint as="offset" />
            <Array as="points">
              <mxPoint x="530" y="530" />
              <mxPoint x="530" y="800" />
            </Array>
            <mxPoint x="670" y="800" as="targetPoint" />
          </mxGeometry>
        </mxCell>
        <mxCell id="AxulSBX_V0fGFe2LzLWX-2" edge="1" parent="1" source="bRXCoPtnCOos5vHUt3nM-13" style="edgeStyle=orthogonalEdgeStyle;rounded=0;orthogonalLoop=1;jettySize=auto;html=1;innerLoopWaypoints=1;exitX=0.75;exitY=1;exitDx=0;exitDy=0;entryX=1;entryY=0.75;entryDx=0;entryDy=0;" target="bRXCoPtnCOos5vHUt3nM-13">
          <mxGeometry relative="1" as="geometry">
            <Array as="points">
              <mxPoint x="760" y="330" />
              <mxPoint x="840" y="330" />
              <mxPoint x="840" y="295" />
            </Array>
          </mxGeometry>
        </mxCell>
        <mxCell id="AxulSBX_V0fGFe2LzLWX-4" edge="1" parent="1" source="bRXCoPtnCOos5vHUt3nM-20" style="edgeStyle=orthogonalEdgeStyle;rounded=0;orthogonalLoop=1;jettySize=auto;html=1;exitX=1;exitY=0.75;exitDx=0;exitDy=0;entryX=-0.009;entryY=0.359;entryDx=0;entryDy=0;entryPerimeter=0;" target="bRXCoPtnCOos5vHUt3nM-16">
          <mxGeometry relative="1" as="geometry">
            <Array as="points">
              <mxPoint x="890" y="855" />
              <mxPoint x="890" y="796" />
            </Array>
          </mxGeometry>
        </mxCell>
        <mxCell id="AxulSBX_V0fGFe2LzLWX-6" edge="1" parent="1" source="bRXCoPtnCOos5vHUt3nM-16" style="edgeStyle=orthogonalEdgeStyle;rounded=0;orthogonalLoop=1;jettySize=auto;html=1;innerLoopWaypoints=1;exitX=0;exitY=0.75;exitDx=0;exitDy=0;entryX=0.25;entryY=1;entryDx=0;entryDy=0;" target="bRXCoPtnCOos5vHUt3nM-16">
          <mxGeometry relative="1" as="geometry">
            <Array as="points">
              <mxPoint x="1020" y="835" />
              <mxPoint x="1020" y="880" />
              <mxPoint x="1103" y="880" />
            </Array>
          </mxGeometry>
        </mxCell>
      </root>
    </mxGraphModel>
  </diagram>
</mxfile>
